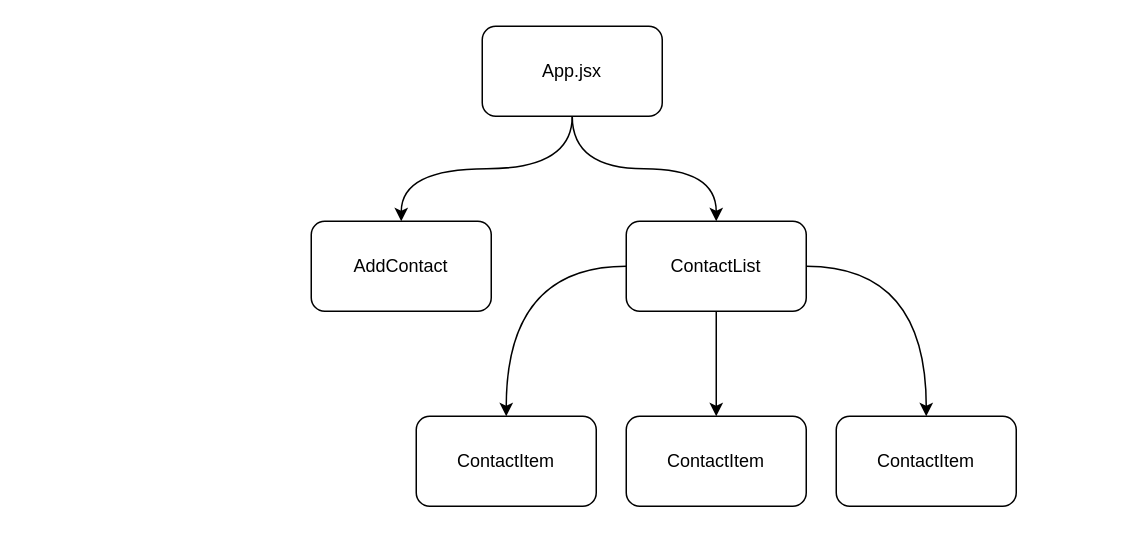
Earlier version of the draw.io diagram component-tree.drawio (boolean-uk/react-address-book-part-1). Source tidied: cells renumbered, new cells numbered last; positions are measured from the earlier drawing's top-left corner, leaving out a move shared by most shapes. Both pictures are drawn from the tidied source at 150%, with x=0, y=0 at pixel (310, 26).
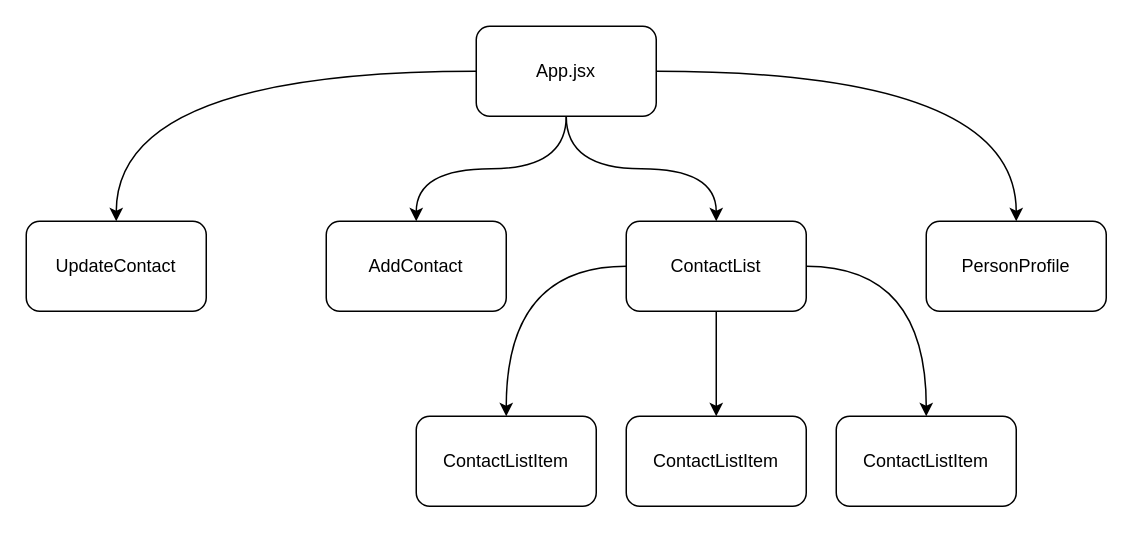
The same page after the edit.

Change to the diagram source:
```diff
@@
 <mxGraphModel>
   <root>
     <mxCell id="0" />
     <mxCell id="1" parent="0" />
     <mxCell id="2" style="edgeStyle=orthogonalEdgeStyle;rounded=0;jettySize=auto;html=1;curved=1;" parent="1" edge="1" source="4" target="5">
       <mxGeometry relative="1" as="geometry" />
     </mxCell>
     <mxCell id="3" style="edgeStyle=orthogonalEdgeStyle;rounded=0;jettySize=auto;html=1;curved=1;" parent="1" edge="1" source="4" target="9">
       <mxGeometry relative="1" as="geometry" />
     </mxCell>
+    <mxCell id="13" style="edgeStyle=orthogonalEdgeStyle;rounded=0;jettySize=auto;html=1;curved=1;" parent="1" edge="1" source="4" target="15">
+      <mxGeometry relative="1" as="geometry" />
+    </mxCell>
+    <mxCell id="14" style="edgeStyle=orthogonalEdgeStyle;rounded=0;jettySize=auto;html=1;entryX=0.5;entryY=0;entryDx=0;entryDy=0;curved=1;" parent="1" edge="1" source="4" target="16">
+      <mxGeometry relative="1" as="geometry" />
+    </mxCell>
     <mxCell id="4" value="App.jsx" style="rounded=1;whiteSpace=wrap;html=1;" parent="1" vertex="1">
-      <mxGeometry x="114" width="120" height="60" as="geometry" />
+      <mxGeometry x="110" width="120" height="60" as="geometry" />
     </mxCell>
     <mxCell id="5" value="AddContact" style="rounded=1;whiteSpace=wrap;html=1;" parent="1" vertex="1">
-      <mxGeometry y="130" width="120" height="60" as="geometry" />
+      <mxGeometry x="10" y="130" width="120" height="60" as="geometry" />
     </mxCell>
     <mxCell id="6" style="edgeStyle=orthogonalEdgeStyle;rounded=0;jettySize=auto;html=1;curved=1;" parent="1" edge="1" source="9" target="10">
       <mxGeometry relative="1" as="geometry" />
     </mxCell>
     <mxCell id="7" style="edgeStyle=orthogonalEdgeStyle;rounded=0;jettySize=auto;html=1;" parent="1" edge="1" source="9" target="11">
       <mxGeometry relative="1" as="geometry" />
     </mxCell>
     <mxCell id="8" style="edgeStyle=orthogonalEdgeStyle;rounded=0;jettySize=auto;html=1;curved=1;" parent="1" edge="1" source="9" target="12">
       <mxGeometry relative="1" as="geometry" />
     </mxCell>
     <mxCell id="9" value="ContactList" style="rounded=1;whiteSpace=wrap;html=1;" parent="1" vertex="1">
       <mxGeometry x="210" y="130" width="120" height="60" as="geometry" />
     </mxCell>
-    <mxCell id="10" value="ContactItem" style="rounded=1;whiteSpace=wrap;html=1;" parent="1" vertex="1">
+    <mxCell id="10" value="ContactListItem" style="rounded=1;whiteSpace=wrap;html=1;" parent="1" vertex="1">
       <mxGeometry x="70" y="260" width="120" height="60" as="geometry" />
     </mxCell>
-    <mxCell id="11" value="ContactItem" style="rounded=1;whiteSpace=wrap;html=1;" parent="1" vertex="1">
+    <mxCell id="11" value="ContactListItem" style="rounded=1;whiteSpace=wrap;html=1;" parent="1" vertex="1">
       <mxGeometry x="210" y="260" width="120" height="60" as="geometry" />
     </mxCell>
-    <mxCell id="12" value="ContactItem" style="rounded=1;whiteSpace=wrap;html=1;" parent="1" vertex="1">
+    <mxCell id="12" value="ContactListItem" style="rounded=1;whiteSpace=wrap;html=1;" parent="1" vertex="1">
       <mxGeometry x="350" y="260" width="120" height="60" as="geometry" />
     </mxCell>
+    <mxCell id="15" value="UpdateContact" style="rounded=1;whiteSpace=wrap;html=1;" parent="1" vertex="1">
+      <mxGeometry x="-190" y="130" width="120" height="60" as="geometry" />
+    </mxCell>
+    <mxCell id="16" value="PersonProfile" style="rounded=1;whiteSpace=wrap;html=1;" parent="1" vertex="1">
+      <mxGeometry x="410" y="130" width="120" height="60" as="geometry" />
+    </mxCell>
   </root>
 </mxGraphModel>
```
